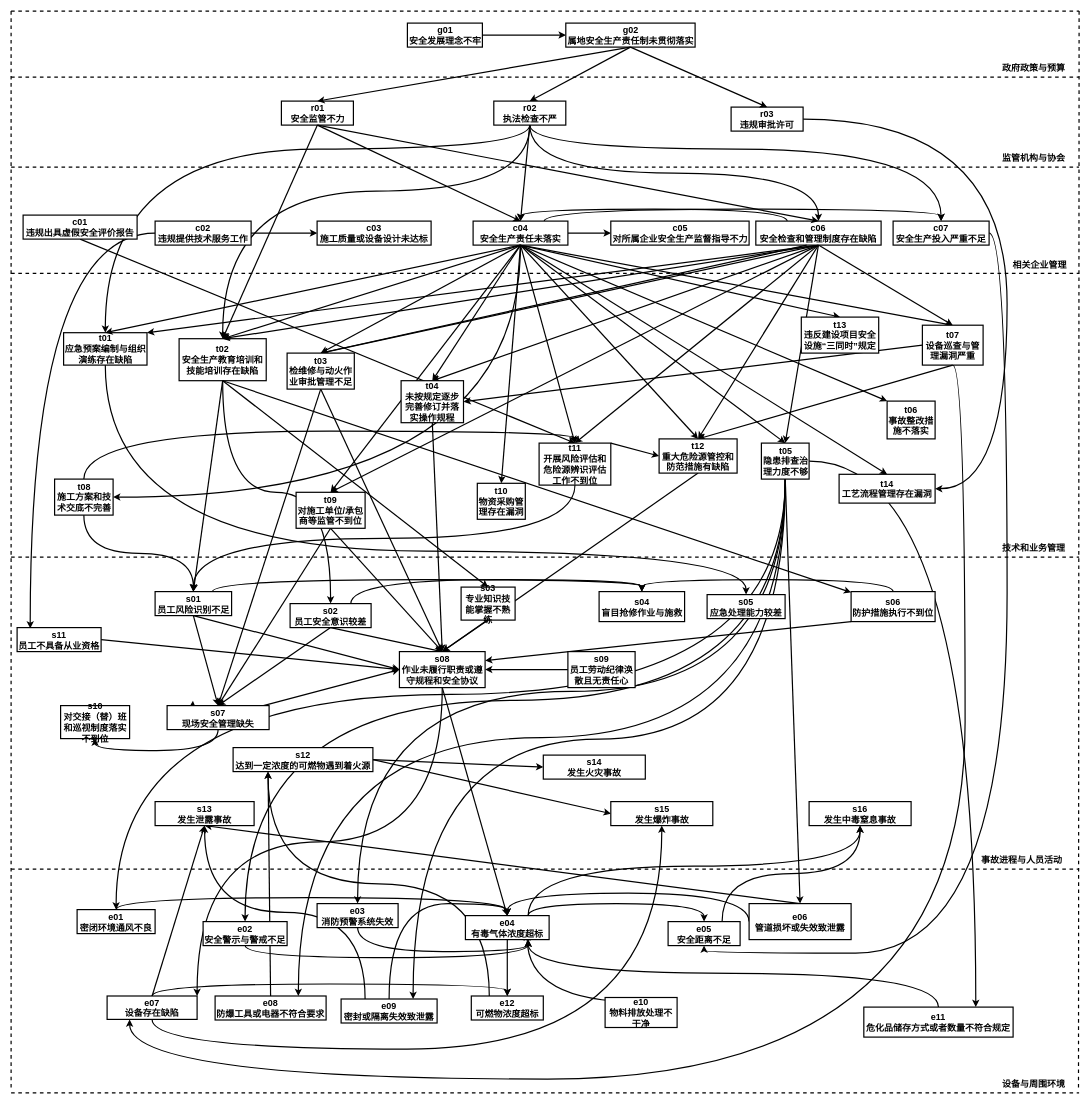
This is 剔除次数少于5.drawio from fangjiarong/docs, a draw.io file, before an edit. Source tidied: cells renumbered, new cells numbered last; positions are measured from the earlier drawing's top-left corner, leaving out a move shared by most shapes. Both pictures are drawn from the tidied source at 60%, with x=0, y=0 at pixel (11, 11).
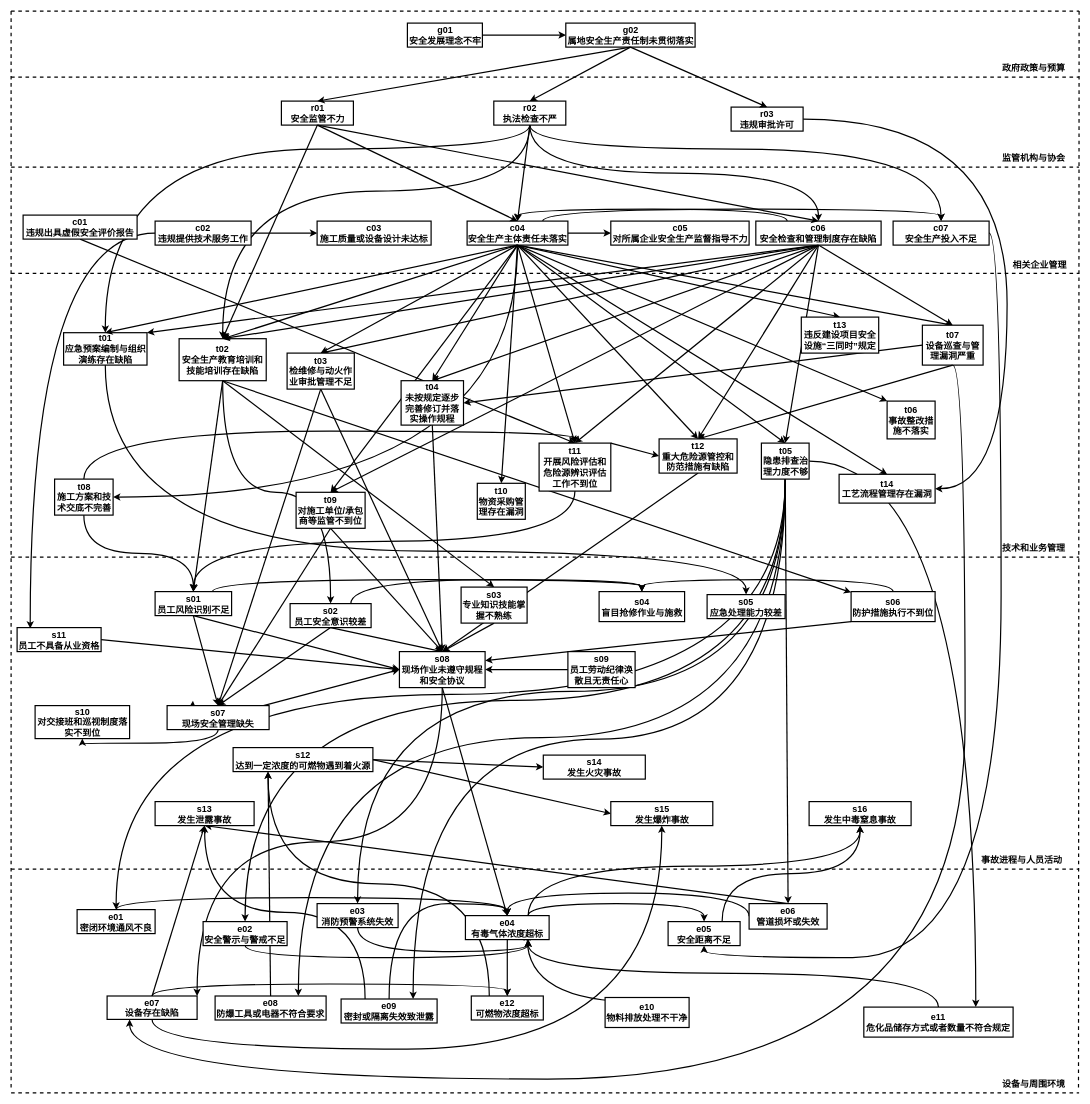
Above is the later version.

Commit message (it also covers changes not shown here):
更新剔除次数少于5.drawio

The change refers to these unchanged cells:
```xml
<mxCell id="123" value="t03&lt;br style=&quot;font-size: 15px;&quot;&gt;检维修与动火作业审批管理不足" style="rounded=0;whiteSpace=wrap;html=1;strokeWidth=2;align=center;verticalAlign=middle;labelBorderColor=none;fontStyle=1;fontSize=15;" parent="1" vertex="1">
  <mxGeometry x="460" y="570" width="112" height="60" as="geometry" />
</mxCell>
<mxCell id="163" value="e05&lt;br style=&quot;font-size: 15px;&quot;&gt;安全距离不足" style="rounded=0;whiteSpace=wrap;html=1;strokeWidth=2;align=center;verticalAlign=middle;labelBorderColor=none;fontStyle=1;fontSize=15;" parent="1" vertex="1">
  <mxGeometry x="1095" y="1517.5" width="120" height="40" as="geometry" />
</mxCell>
<mxCell id="174" value="s07&lt;br style=&quot;font-size: 15px;&quot;&gt;现场安全管理缺失" style="rounded=0;whiteSpace=wrap;html=1;strokeWidth=2;align=center;verticalAlign=middle;labelBorderColor=none;fontStyle=1;fontSize=15;" parent="1" vertex="1">
  <mxGeometry x="260" y="1157.5" width="170" height="40" as="geometry" />
</mxCell>
```

The edit, as a diff of the source:
```diff
@@
-    <mxCell id="27" value="c04&lt;br style=&quot;font-size: 15px;&quot;&gt;安全生产责任未落实" style="rounded=0;whiteSpace=wrap;html=1;strokeWidth=2;align=center;verticalAlign=middle;labelBorderColor=none;fontStyle=1;fontSize=15;" parent="1" vertex="1">
-      <mxGeometry x="770" y="350" width="158" height="40" as="geometry" />
+    <mxCell id="27" value="c04&lt;br style=&quot;font-size: 15px;&quot;&gt;安全生产主体责任未落实" style="rounded=0;whiteSpace=wrap;html=1;strokeWidth=2;align=center;verticalAlign=middle;labelBorderColor=none;fontStyle=1;fontSize=15;" parent="1" vertex="1">
+      <mxGeometry x="760" y="350" width="168" height="40" as="geometry" />
     </mxCell>
@@
     <mxCell id="46" style="edgeStyle=orthogonalEdgeStyle;curved=1;rounded=0;jettySize=auto;html=1;exitX=0.5;exitY=1;exitDx=0;exitDy=0;entryX=0.5;entryY=1;entryDx=0;entryDy=0;strokeWidth=2;align=center;verticalAlign=middle;labelBorderColor=none;fontSize=15;" parent="1" edge="1" source="174" target="57">
-      <mxGeometry relative="1" as="geometry" />
+      <mxGeometry relative="1" as="geometry">
+        <Array as="points">
+          <mxPoint x="345" y="1220" />
+          <mxPoint x="119" y="1220" />
+        </Array>
+      </mxGeometry>
     </mxCell>
@@
-    <mxCell id="57" value="s10&lt;br style=&quot;font-size: 15px;&quot;&gt;对交接（替）班和巡视制度落实不到位" style="rounded=0;whiteSpace=wrap;html=1;strokeWidth=2;align=center;verticalAlign=middle;labelBorderColor=none;fontStyle=1;fontSize=15;" parent="1" vertex="1">
-      <mxGeometry x="82.5" y="1157.5" width="115" height="55" as="geometry" />
+    <mxCell id="57" value="s10&lt;br style=&quot;font-size: 15px;&quot;&gt;对交接班和巡视制度落实不到位" style="rounded=0;whiteSpace=wrap;html=1;strokeWidth=2;align=center;verticalAlign=middle;labelBorderColor=none;fontStyle=1;fontSize=15;" parent="1" vertex="1">
+      <mxGeometry x="40" y="1157.5" width="157.5" height="55" as="geometry" />
     </mxCell>
@@
     <mxCell id="62" style="edgeStyle=orthogonalEdgeStyle;curved=1;rounded=0;jettySize=auto;html=1;exitX=1;exitY=0.5;exitDx=0;exitDy=0;entryX=0.5;entryY=1;entryDx=0;entryDy=0;strokeWidth=2;align=center;verticalAlign=middle;labelBorderColor=none;fontSize=15;" parent="1" edge="1" source="63" target="163">
-      <mxGeometry relative="1" as="geometry">
-        <Array as="points">
-          <mxPoint x="1660" y="370" />
-          <mxPoint x="1660" y="1570" />
-          <mxPoint x="1155" y="1570" />
-        </Array>
-      </mxGeometry>
+      <mxGeometry relative="1" as="geometry" />
     </mxCell>
-    <mxCell id="63" value="c07&lt;br style=&quot;font-size: 15px;&quot;&gt;安全生产投入严重不足" style="rounded=0;whiteSpace=wrap;html=1;strokeWidth=2;align=center;verticalAlign=middle;labelBorderColor=none;fontStyle=1;fontSize=15;" parent="1" vertex="1">
+    <mxCell id="63" value="c07&lt;br style=&quot;font-size: 15px;&quot;&gt;安全生产投入不足" style="rounded=0;whiteSpace=wrap;html=1;strokeWidth=2;align=center;verticalAlign=middle;labelBorderColor=none;fontStyle=1;fontSize=15;" parent="1" vertex="1">
       <mxGeometry x="1470" y="350" width="160" height="40" as="geometry" />
     </mxCell>
@@
-    <mxCell id="122" style="endArrow=classic;html=1;rounded=0;entryX=0.5;entryY=0;entryDx=0;entryDy=0;strokeWidth=2;align=center;verticalAlign=middle;labelBorderColor=none;fontSize=15;" parent="1" edge="1" target="123">
-      <mxGeometry relative="1" as="geometry">
-        <mxPoint x="1326" y="390" as="sourcePoint" />
-      </mxGeometry>
-    </mxCell>
@@
     <mxCell id="137" value="t11&lt;br style=&quot;font-size: 15px;&quot;&gt;开展风险评估和危险源辨识评估工作不到位" style="rounded=0;whiteSpace=wrap;html=1;strokeWidth=2;align=center;verticalAlign=middle;labelBorderColor=none;fontStyle=1;fontSize=15;" parent="1" vertex="1">
-      <mxGeometry x="880" y="720" width="119.5" height="70" as="geometry" />
+      <mxGeometry x="880" y="720" width="119.5" height="80" as="geometry" />
     </mxCell>
@@
     <mxCell id="143" value="t04&lt;br style=&quot;font-size: 15px;&quot;&gt;未按规定逐步完善修订并落实操作规程" style="rounded=0;whiteSpace=wrap;html=1;strokeWidth=2;align=center;verticalAlign=middle;labelBorderColor=none;fontStyle=1;fontSize=15;" parent="1" vertex="1">
-      <mxGeometry x="650" y="616" width="104" height="70" as="geometry" />
+      <mxGeometry x="650" y="616" width="104" height="74" as="geometry" />
     </mxCell>
@@
-    <mxCell id="150" value="s08&lt;br style=&quot;font-size: 15px;&quot;&gt;作业未履行职责或遵守规程和安全协议" style="rounded=0;whiteSpace=wrap;html=1;strokeWidth=2;align=center;verticalAlign=middle;labelBorderColor=none;fontStyle=1;fontSize=15;" parent="1" vertex="1">
+    <mxCell id="150" value="s08&lt;br style=&quot;font-size: 15px;&quot;&gt;现场作业未遵守规程和安全协议" style="rounded=0;whiteSpace=wrap;html=1;strokeWidth=2;align=center;verticalAlign=middle;labelBorderColor=none;fontStyle=1;fontSize=15;" parent="1" vertex="1">
       <mxGeometry x="647.2" y="1067.5" width="142.8" height="60" as="geometry" />
     </mxCell>
@@
     <mxCell id="152" value="s03&lt;br style=&quot;font-size: 15px;&quot;&gt;专业知识技能掌握不熟练" style="rounded=0;whiteSpace=wrap;html=1;strokeWidth=2;align=center;verticalAlign=middle;labelBorderColor=none;fontStyle=1;fontSize=15;" parent="1" vertex="1">
-      <mxGeometry x="750" y="960" width="90" height="55" as="geometry" />
+      <mxGeometry x="750" y="960" width="110" height="60" as="geometry" />
     </mxCell>
@@
     <mxCell id="164" value="e10&lt;br style=&quot;font-size: 15px;&quot;&gt;物料排放处理不干净" style="rounded=0;whiteSpace=wrap;html=1;strokeWidth=2;align=center;verticalAlign=middle;labelBorderColor=none;fontStyle=1;fontSize=15;" parent="1" vertex="1">
-      <mxGeometry x="990" y="1644" width="120" height="50" as="geometry" />
+      <mxGeometry x="990" y="1644" width="140" height="50" as="geometry" />
     </mxCell>
-    <mxCell id="165" value="e06&lt;br style=&quot;font-size: 15px;&quot;&gt;管道损坏或失效致泄露" style="rounded=0;whiteSpace=wrap;html=1;strokeWidth=2;align=center;verticalAlign=middle;labelBorderColor=none;fontStyle=1;fontSize=15;" parent="1" vertex="1">
-      <mxGeometry x="1230" y="1487.5" width="170" height="60" as="geometry" />
+    <mxCell id="165" value="e06&lt;br style=&quot;font-size: 15px;&quot;&gt;管道损坏或失效" style="rounded=0;whiteSpace=wrap;html=1;strokeWidth=2;align=center;verticalAlign=middle;labelBorderColor=none;fontStyle=1;fontSize=15;" parent="1" vertex="1">
+      <mxGeometry x="1230" y="1487.5" width="130" height="42.5" as="geometry" />
     </mxCell>
```
